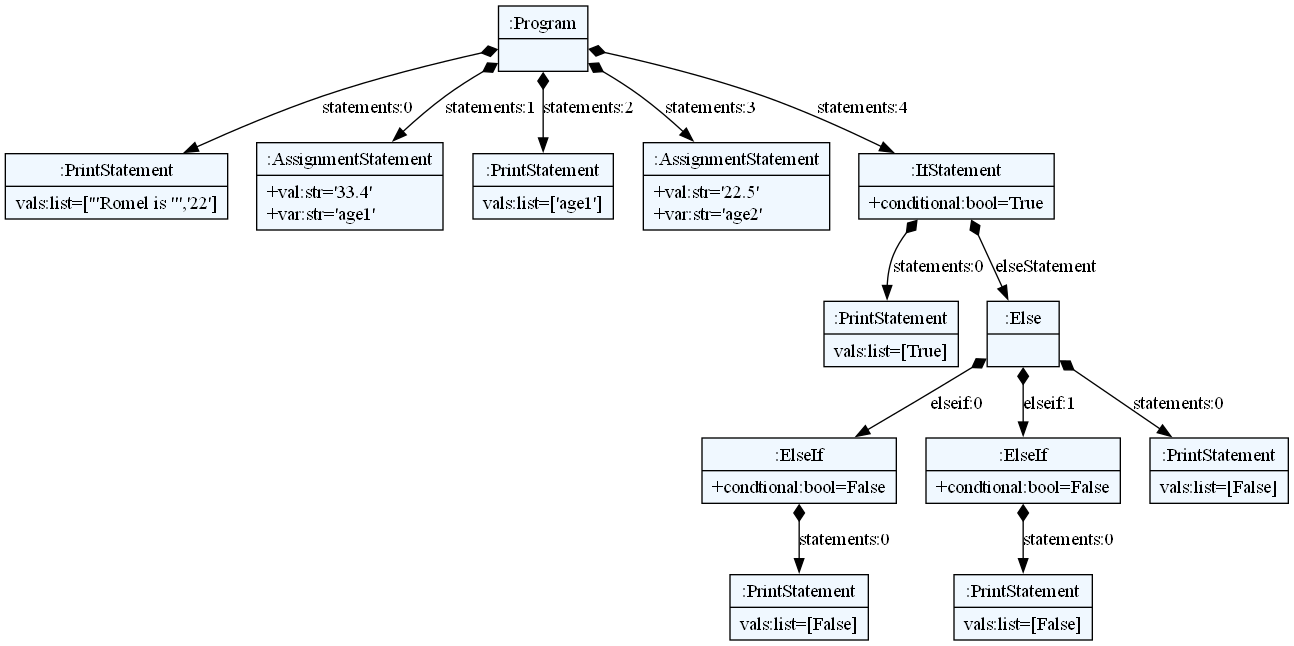
Above: testing.dot.png in RomelAleman/minsym-cs420-final-project (Graphviz), before the change. Its source is kept beside it as testing.dot. Source of this version:
```dot
    digraph textX {
    fontname = "Bitstream Vera Sans"
    fontsize = 8
    node[
        shape=record,
        style=filled,
        fillcolor=aliceblue
    ]
    nodesep = 0.3
    edge[dir=black,arrowtail=empty]


3040706737696 -> 3040706738032 [label="statements:0" arrowtail=diamond dir=both]
3040706738032[label="{:PrintStatement|vals:list=['\"Romel is \"','22']\l}"]
3040706737696 -> 3040706738368 [label="statements:1" arrowtail=diamond dir=both]
3040706738368[label="{:AssignmentStatement|+val:str='33.4'\l+var:str='age1'\l}"]
3040706737696 -> 3040707064080 [label="statements:2" arrowtail=diamond dir=both]
3040707064080[label="{:PrintStatement|vals:list=['age1']\l}"]
3040706737696 -> 3040707064400 [label="statements:3" arrowtail=diamond dir=both]
3040707064400[label="{:AssignmentStatement|+val:str='22.5'\l+var:str='age2'\l}"]
3040706737696 -> 3040706738704 [label="statements:4" arrowtail=diamond dir=both]
3040706738704 -> 3040707064720 [label="statements:0" arrowtail=diamond dir=both]
3040707064720[label="{:PrintStatement|vals:list=[True]\l}"]
3040706738704 -> 3040706739040 [label="elseStatement" arrowtail=diamond dir=both]
3040706739040 -> 3040706739376 [label="elseif:0" arrowtail=diamond dir=both]
3040706739376 -> 3040706945728 [label="statements:0" arrowtail=diamond dir=both]
3040706945728[label="{:PrintStatement|vals:list=[False]\l}"]
3040706739376[label="{:ElseIf|+condtional:bool=False\l}"]
3040706739040 -> 3040707065040 [label="elseif:1" arrowtail=diamond dir=both]
3040707065040 -> 3040706946032 [label="statements:0" arrowtail=diamond dir=both]
3040706946032[label="{:PrintStatement|vals:list=[False]\l}"]
3040707065040[label="{:ElseIf|+condtional:bool=False\l}"]
3040706739040 -> 3040707078928 [label="statements:0" arrowtail=diamond dir=both]
3040707078928[label="{:PrintStatement|vals:list=[False]\l}"]
3040706739040[label="{:Else|}"]
3040706738704[label="{:IfStatement|+conditional:bool=True\l}"]
3040706737696[label="{:Program|}"]

}
```
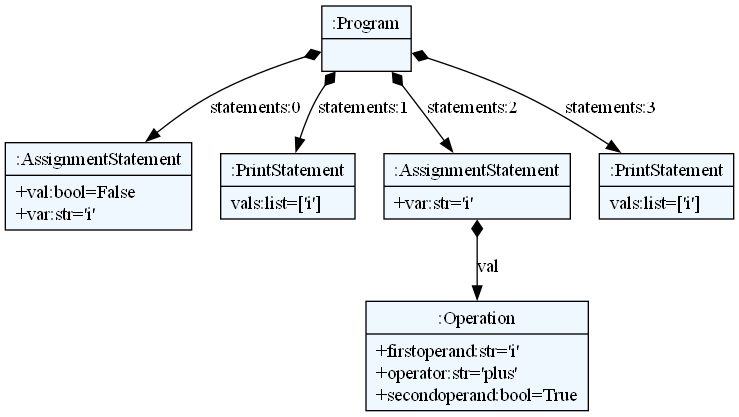
After the change.

Commit message:
create an almost fully functional program. Still more things to add. Finish BNF grammer tomorrow

Change to the diagram source:
```diff
@@ -10,30 +10,16 @@
     edge[dir=black,arrowtail=empty]
 
 
-3040706737696 -> 3040706738032 [label="statements:0" arrowtail=diamond dir=both]
-3040706738032[label="{:PrintStatement|vals:list=['\"Romel is \"','22']\l}"]
-3040706737696 -> 3040706738368 [label="statements:1" arrowtail=diamond dir=both]
-3040706738368[label="{:AssignmentStatement|+val:str='33.4'\l+var:str='age1'\l}"]
-3040706737696 -> 3040707064080 [label="statements:2" arrowtail=diamond dir=both]
-3040707064080[label="{:PrintStatement|vals:list=['age1']\l}"]
-3040706737696 -> 3040707064400 [label="statements:3" arrowtail=diamond dir=both]
-3040707064400[label="{:AssignmentStatement|+val:str='22.5'\l+var:str='age2'\l}"]
-3040706737696 -> 3040706738704 [label="statements:4" arrowtail=diamond dir=both]
-3040706738704 -> 3040707064720 [label="statements:0" arrowtail=diamond dir=both]
-3040707064720[label="{:PrintStatement|vals:list=[True]\l}"]
-3040706738704 -> 3040706739040 [label="elseStatement" arrowtail=diamond dir=both]
-3040706739040 -> 3040706739376 [label="elseif:0" arrowtail=diamond dir=both]
-3040706739376 -> 3040706945728 [label="statements:0" arrowtail=diamond dir=both]
-3040706945728[label="{:PrintStatement|vals:list=[False]\l}"]
-3040706739376[label="{:ElseIf|+condtional:bool=False\l}"]
-3040706739040 -> 3040707065040 [label="elseif:1" arrowtail=diamond dir=both]
-3040707065040 -> 3040706946032 [label="statements:0" arrowtail=diamond dir=both]
-3040706946032[label="{:PrintStatement|vals:list=[False]\l}"]
-3040707065040[label="{:ElseIf|+condtional:bool=False\l}"]
-3040706739040 -> 3040707078928 [label="statements:0" arrowtail=diamond dir=both]
-3040707078928[label="{:PrintStatement|vals:list=[False]\l}"]
-3040706739040[label="{:Else|}"]
-3040706738704[label="{:IfStatement|+conditional:bool=True\l}"]
-3040706737696[label="{:Program|}"]
+2327630558752 -> 2327630559088 [label="statements:0" arrowtail=diamond dir=both]
+2327630559088[label="{:AssignmentStatement|+val:bool=False\l+var:str='i'\l}"]
+2327630558752 -> 2327630559424 [label="statements:1" arrowtail=diamond dir=both]
+2327630559424[label="{:PrintStatement|vals:list=['i']\l}"]
+2327630558752 -> 2327630885776 [label="statements:2" arrowtail=diamond dir=both]
+2327630885776 -> 2327630559760 [label="val" arrowtail=diamond dir=both]
+2327630559760[label="{:Operation|+firstoperand:str='i'\l+operator:str='plus'\l+secondoperand:bool=True\l}"]
+2327630885776[label="{:AssignmentStatement|+var:str='i'\l}"]
+2327630558752 -> 2327630886096 [label="statements:3" arrowtail=diamond dir=both]
+2327630886096[label="{:PrintStatement|vals:list=['i']\l}"]
+2327630558752[label="{:Program|}"]
 
 }
```
